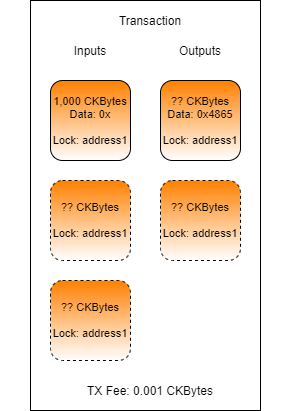
This is .gitbook/assets/transaction-structure (1).png from jordanmack/developer-training-course-documentation, a draw.io export, as it was before one commit. Source tidied: cells renumbered, new cells last; positions are measured from the earlier drawing's top-left corner, leaving out a move shared by most shapes.
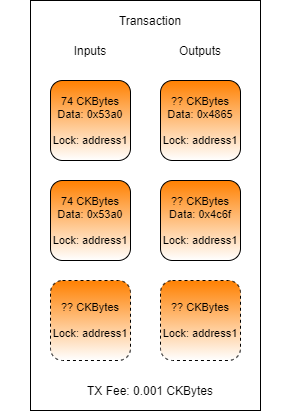
Later version of the same file.

Change to the diagram source:
```diff
@@ -20,17 +20,20 @@
     <mxCell id="7" value="?? CKBytes&lt;br&gt;Data: 0x4865&lt;br&gt;&lt;br&gt;Lock: address1" style="rounded=1;whiteSpace=wrap;html=1;fontSize=11;gradientColor=#ffffff;fillColor=#FF8000;" parent="1" vertex="1">
       <mxGeometry x="160" y="80" width="80" height="80" as="geometry" />
     </mxCell>
-    <mxCell id="8" value="1,000 CKBytes&lt;br&gt;Data: 0x&lt;br&gt;&lt;br&gt;Lock: address1" style="rounded=1;whiteSpace=wrap;html=1;fontSize=11;gradientColor=#ffffff;fillColor=#FF8000;" parent="1" vertex="1">
+    <mxCell id="8" value="74 CKBytes&lt;br&gt;Data: 0x53a0&lt;br&gt;&lt;br&gt;Lock: address1" style="rounded=1;whiteSpace=wrap;html=1;fontSize=11;gradientColor=#ffffff;fillColor=#FF8000;" parent="1" vertex="1">
       <mxGeometry x="50" y="80" width="80" height="80" as="geometry" />
     </mxCell>
-    <mxCell id="9" value="??&amp;nbsp;CKBytes&lt;br&gt;&lt;br&gt;Lock: address1" style="rounded=1;whiteSpace=wrap;html=1;fontSize=11;gradientColor=#ffffff;fillColor=#FF8000;dashed=1;" parent="1" vertex="1">
-      <mxGeometry x="50" y="180" width="80" height="80" as="geometry" />
-    </mxCell>
     <mxCell id="10" value="??&amp;nbsp;CKBytes&lt;br&gt;&lt;br&gt;Lock: address1" style="rounded=1;whiteSpace=wrap;html=1;fontSize=11;gradientColor=#ffffff;fillColor=#FF8000;dashed=1;" parent="1" vertex="1">
       <mxGeometry x="50" y="280" width="80" height="80" as="geometry" />
     </mxCell>
     <mxCell id="11" value="??&amp;nbsp;CKBytes&lt;br&gt;&lt;br&gt;Lock: address1" style="rounded=1;whiteSpace=wrap;html=1;fontSize=11;gradientColor=#ffffff;fillColor=#FF8000;dashed=1;" parent="1" vertex="1">
-      <mxGeometry x="160" y="180" width="80" height="80" as="geometry" />
+      <mxGeometry x="160" y="280" width="80" height="80" as="geometry" />
     </mxCell>
+    <mxCell id="12" value="?? CKBytes&lt;br&gt;Data: 0x4c6f&lt;br&gt;&lt;br&gt;Lock: address1" style="rounded=1;whiteSpace=wrap;html=1;fontSize=11;gradientColor=#ffffff;fillColor=#FF8000;" parent="1" vertex="1">
+      <mxGeometry x="160" y="180" width="80" height="80" as="geometry" />
+    </mxCell>
+    <mxCell id="13" value="74 CKBytes&lt;br&gt;Data: 0x53a0&lt;br&gt;&lt;br&gt;Lock: address1" style="rounded=1;whiteSpace=wrap;html=1;fontSize=11;gradientColor=#ffffff;fillColor=#FF8000;" parent="1" vertex="1">
+      <mxGeometry x="50" y="180" width="80" height="80" as="geometry" />
+    </mxCell>
   </root>
 </mxGraphModel>
```
